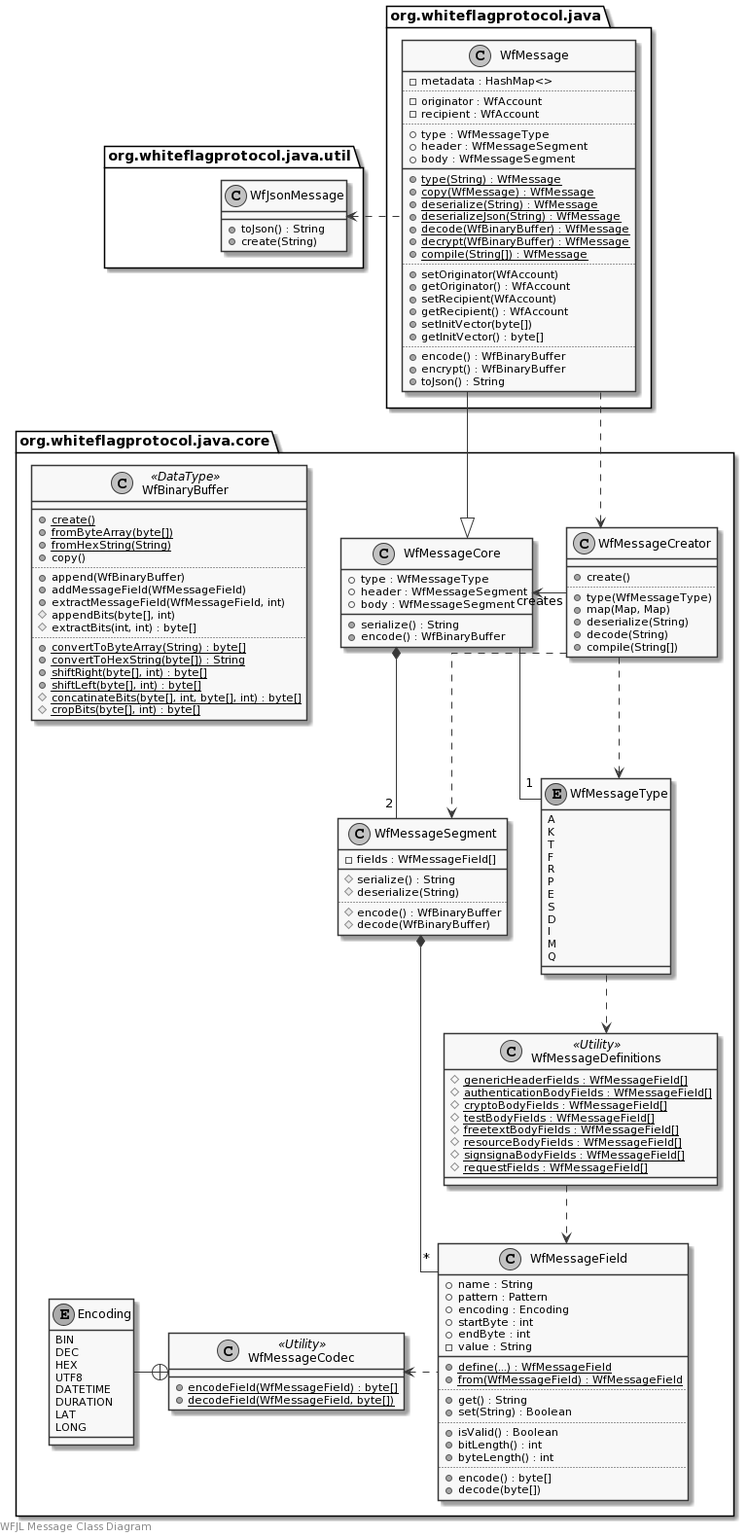
Earlier version of the PlantUML export docs/uml/messages.png (WhiteflagProtocol/whiteflag-java).
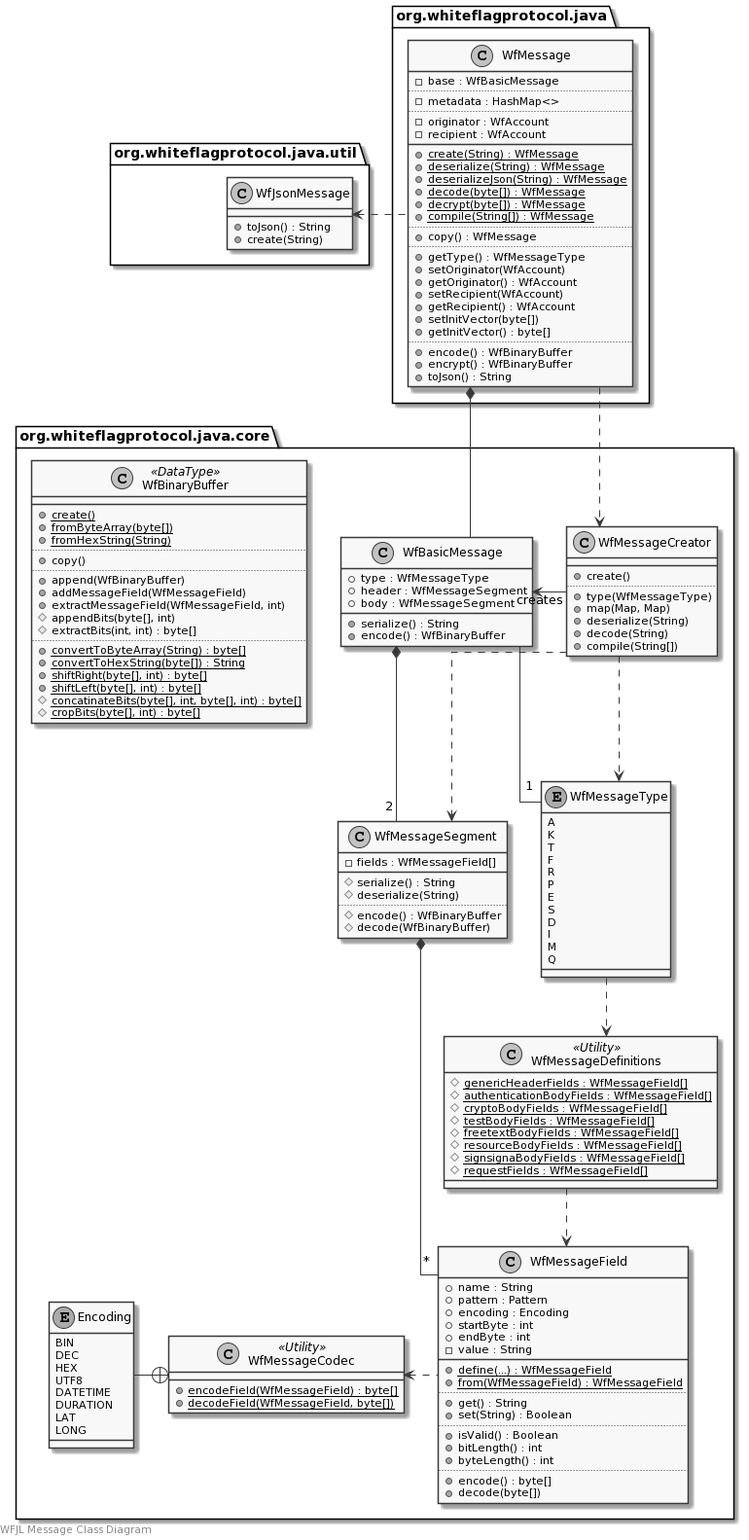
After the change.

Diff of the diagram source:
```diff
@@ -5,7 +5,7 @@
 left footer WFJL Message Class Diagram
 
 package org.whiteflagprotocol.java.core {
-    class WfMessageCore {
+    class WfBasicMessage {
         +type : WfMessageType
         +header : WfMessageSegment
         +body : WfMessageSegment
@@ -95,6 +95,7 @@
         {static} +create()
         {static} +fromByteArray(byte[])
         {static} +fromHexString(String)
+        ..
         +copy()
         ..
         +append(WfBinaryBuffer)
@@ -121,23 +122,23 @@
 
 package org.whiteflagprotocol.java {
     class WfMessage {
+        -base : WfBasicMessage
+        ..
         -metadata : HashMap<>
         ..
         -originator : WfAccount
         -recipient : WfAccount
-        ..
-        +type : WfMessageType
-        +header : WfMessageSegment
-        +body : WfMessageSegment
         __
-        {static} +type(String) : WfMessage
-        {static} +copy(WfMessage) : WfMessage
+        {static} +create(String) : WfMessage
         {static} +deserialize(String) : WfMessage
         {static} +deserializeJson(String) : WfMessage
-        {static} +decode(WfBinaryBuffer) : WfMessage
-        {static} +decrypt(WfBinaryBuffer) : WfMessage
+        {static} +decode(byte[]) : WfMessage
+        {static} +decrypt(byte[]) : WfMessage
         {static} +compile(String[]) : WfMessage
         ..
+        +copy() : WfMessage
+        ..
+        +getType() : WfMessageType
         +setOriginator(WfAccount)
         +getOriginator() : WfAccount
         +setRecipient(WfAccount)
@@ -153,16 +154,16 @@
 
 WfJsonMessage <. WfMessage
 
-WfMessage --|> WfMessageCore
+WfMessage *-- WfBasicMessage
 WfMessage ..> WfMessageCreator
 
-WfMessageCore -- "1" WfMessageType
-WfMessageCore *-- "2" WfMessageSegment
+WfBasicMessage -- "1" WfMessageType
+WfBasicMessage *-- "2" WfMessageSegment
 WfMessageSegment *-- "*" WfMessageField
 WfMessageCodec <. WfMessageField
 Encoding -+ WfMessageCodec
 
-WfMessageCore <- WfMessageCreator: creates
+WfBasicMessage <- WfMessageCreator: creates
 WfMessageCreator ..> WfMessageType
 WfMessageCreator ..> WfMessageSegment
 
```
